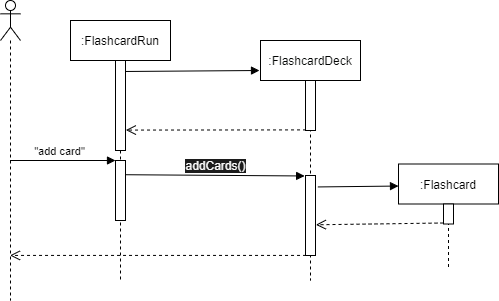
This is docs/Images/addCard_sequenceDiagram.png from nus-cs2113-AY2021S1/tp, a draw.io export, as it was before one commit. Source tidied: cells renumbered, new cells last; positions are measured from the earlier drawing's top-left corner, leaving out a move shared by most shapes.
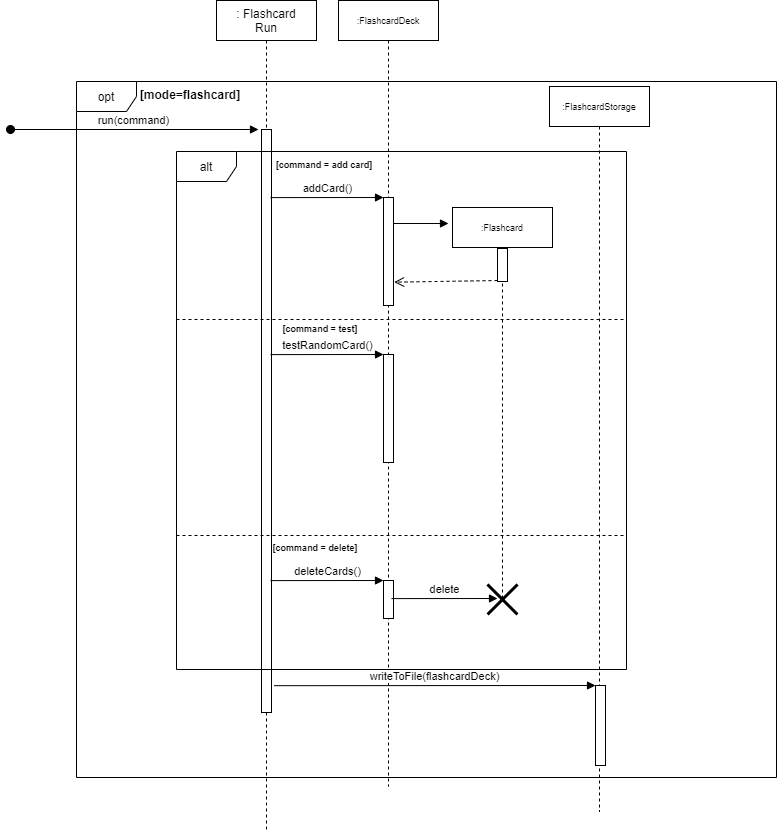
Above is the later version.

Change to the diagram source:
```diff
@@ -2,55 +2,98 @@
   <root>
     <mxCell id="0" />
     <mxCell id="1" parent="0" />
-    <mxCell id="2" value=":FlashcardRun" style="shape=umlLifeline;perimeter=lifelinePerimeter;whiteSpace=wrap;html=1;" parent="1" vertex="1">
-      <mxGeometry x="70" y="20" width="100" height="260" as="geometry" />
-    </mxCell>
-    <mxCell id="3" style="html=1;points=[];perimeter=orthogonalPerimeter;" parent="2" vertex="1">
-      <mxGeometry x="45" y="140" width="10" height="60" as="geometry" />
-    </mxCell>
-    <mxCell id="4" style="html=1;points=[];perimeter=orthogonalPerimeter;fontSize=1;fontColor=#FAFAFA;" parent="2" vertex="1">
-      <mxGeometry x="45" y="40" width="10" height="90" as="geometry" />
-    </mxCell>
-    <mxCell id="5" value="&quot;add card&quot;" style="html=1;verticalAlign=bottom;endArrow=block;entryX=0;entryY=0;" parent="1" edge="1" source="6" target="3">
-      <mxGeometry x="-0.08" relative="1" as="geometry" />
-    </mxCell>
-    <mxCell id="6" style="shape=umlLifeline;participant=umlActor;perimeter=lifelinePerimeter;whiteSpace=wrap;html=1;verticalAlign=top;spacingTop=36;outlineConnect=0;fontSize=1;fontColor=#FAFAFA;" parent="1" vertex="1">
-      <mxGeometry width="20" height="300" as="geometry" />
-    </mxCell>
+    <mxCell id="18" value="opt" style="shape=umlFrame;whiteSpace=wrap;html=1;" parent="1" vertex="1">
+      <mxGeometry x="10" y="170" width="700" height="696" as="geometry" />
+    </mxCell>
+    <mxCell id="19" value="[mode=flashcard]" style="text;align=center;fontStyle=1;verticalAlign=middle;spacingLeft=3;spacingRight=3;strokeColor=none;" parent="1" vertex="1">
+      <mxGeometry x="84" y="170" width="80" height="26" as="geometry" />
+    </mxCell>
+    <mxCell id="20" value=": Flashcard&lt;span style=&quot;color: rgba(0 , 0 , 0 , 0) ; font-family: monospace ; font-size: 0px ; background-color: rgb(248 , 249 , 250)&quot;&gt;%3CmxGraphModel%3E%3Croot%3E%3CmxCell%20id%3D%220%22%2F%3E%3CmxCell%20id%3D%221%22%20parent%3D%220%22%2F%3E%3CmxCell%20id%3D%222%22%20value%3D%22alt%22%20style%3D%22shape%3DumlFrame%3BwhiteSpace%3Dwrap%3Bhtml%3D1%3B%22%20vertex%3D%221%22%20parent%3D%221%22%3E%3CmxGeometry%20x%3D%22360%22%20y%3D%22280%22%20width%3D%22450%22%20height%3D%22716%22%20as%3D%22geometry%22%2F%3E%3C%2FmxCell%3E%3CmxCell%20id%3D%223%22%20value%3D%22%22%20style%3D%22line%3BstrokeWidth%3D1%3BfillColor%3Dnone%3Balign%3Dleft%3BverticalAlign%3Dmiddle%3BspacingTop%3D-1%3BspacingLeft%3D3%3BspacingRight%3D3%3Brotatable%3D0%3BlabelPosition%3Dright%3Bpoints%3D%5B%5D%3BportConstraint%3Deastwest%3Bdashed%3D1%3B%22%20vertex%3D%221%22%20parent%3D%221%22%3E%3CmxGeometry%20x%3D%22360%22%20y%3D%22499%22%20width%3D%22450%22%20height%3D%228%22%20as%3D%22geometry%22%2F%3E%3C%2FmxCell%3E%3CmxCell%20id%3D%224%22%20value%3D%22%22%20style%3D%22line%3BstrokeWidth%3D1%3BfillColor%3Dnone%3Balign%3Dleft%3BverticalAlign%3Dmiddle%3BspacingTop%3D-1%3BspacingLeft%3D3%3BspacingRight%3D3%3Brotatable%3D0%3BlabelPosition%3Dright%3Bpoints%3D%5B%5D%3BportConstraint%3Deastwest%3Bdashed%3D1%3B%22%20vertex%3D%221%22%20parent%3D%221%22%3E%3CmxGeometry%20x%3D%22360%22%20y%3D%22660%22%20width%3D%22450%22%20height%3D%228%22%20as%3D%22geometry%22%2F%3E%3C%2FmxCell%3E%3C%2Froot%3E%3C%2FmxGraphModel%3E&lt;/span&gt;&lt;br&gt;Run" style="shape=umlLifeline;perimeter=lifelinePerimeter;whiteSpace=wrap;html=1;" parent="1" vertex="1">
+      <mxGeometry x="150" y="89" width="100" height="831" as="geometry" />
+    </mxCell>
+    <mxCell id="21" style="html=1;points=[];perimeter=orthogonalPerimeter;" parent="20" vertex="1">
+      <mxGeometry x="45" y="129" width="10" height="583" as="geometry" />
+    </mxCell>
+    <mxCell id="22" value="run(command)" style="html=1;verticalAlign=bottom;startArrow=oval;endArrow=block;startSize=8;entryX=-0.3;entryY=0;entryDx=0;entryDy=0;entryPerimeter=0;" parent="20" edge="1" target="21">
+      <mxGeometry x="-0.01" relative="1" as="geometry">
+        <mxPoint x="-206" y="129" as="sourcePoint" />
+      </mxGeometry>
+    </mxCell>
+    <mxCell id="23" value="alt" style="shape=umlFrame;whiteSpace=wrap;html=1;" parent="1" vertex="1">
+      <mxGeometry x="110" y="240" width="450" height="518" as="geometry" />
+    </mxCell>
+    <mxCell id="24" style="line;strokeWidth=1;fillColor=none;align=left;verticalAlign=middle;spacingTop=-1;spacingLeft=3;spacingRight=3;labelPosition=right;dashed=1;" parent="1" vertex="1">
+      <mxGeometry x="110" y="404" width="450" height="8" as="geometry" />
+    </mxCell>
+    <mxCell id="25" style="line;strokeWidth=1;fillColor=none;align=left;verticalAlign=middle;spacingTop=-1;spacingLeft=3;spacingRight=3;labelPosition=right;dashed=1;" parent="1" vertex="1">
+      <mxGeometry x="110" y="620" width="450" height="8" as="geometry" />
+    </mxCell>
+    <mxCell id="26" value="[command = add card]" style="text;align=center;fontStyle=1;verticalAlign=middle;spacingLeft=3;spacingRight=3;strokeColor=none;fontSize=9;" parent="1" vertex="1">
+      <mxGeometry x="218" y="240" width="80" height="26" as="geometry" />
+    </mxCell>
+    <mxCell id="14" value=":Flashcard" style="shape=umlLifeline;perimeter=lifelinePerimeter;whiteSpace=wrap;html=1;outlineConnect=0;fontSize=9;" parent="1" vertex="1">
+      <mxGeometry x="386" y="296" width="100" height="391" as="geometry" />
+    </mxCell>
+    <mxCell id="27" style="html=1;points=[];perimeter=orthogonalPerimeter;" parent="14" vertex="1">
+      <mxGeometry x="45" y="41" width="10" height="33" as="geometry" />
+    </mxCell>
+    <mxCell id="28" style="shape=umlDestroy;whiteSpace=wrap;html=1;strokeWidth=3;" parent="14" vertex="1">
+      <mxGeometry x="35" y="377" width="30" height="30" as="geometry" />
+    </mxCell>
-    <mxCell id="7" value="&lt;font color=&quot;#030504&quot;&gt;:FlashcardDeck&lt;/font&gt;" style="shape=umlLifeline;perimeter=lifelinePerimeter;whiteSpace=wrap;html=1;fontSize=12;fontColor=#FAFAFA;" parent="1" vertex="1">
-      <mxGeometry x="260" y="40" width="100" height="240" as="geometry" />
+    <mxCell id="7" value=":FlashcardDeck" style="shape=umlLifeline;perimeter=lifelinePerimeter;whiteSpace=wrap;html=1;fontSize=9;" parent="1" vertex="1">
+      <mxGeometry x="272" y="89" width="100" height="786" as="geometry" />
     </mxCell>
-    <mxCell id="8" style="html=1;points=[];perimeter=orthogonalPerimeter;fontSize=12;fontColor=#FAFAFA;" parent="7" vertex="1">
-      <mxGeometry x="45" y="40" width="10" height="50" as="geometry" />
-    </mxCell>
-    <mxCell id="9" style="html=1;points=[];perimeter=orthogonalPerimeter;fontSize=12;fontColor=#FAFAFA;" parent="7" vertex="1">
-      <mxGeometry x="45" y="135" width="10" height="80" as="geometry" />
-    </mxCell>
-    <mxCell id="10" style="html=1;verticalAlign=bottom;endArrow=block;fontSize=12;fontColor=#FAFAFA;labelBackgroundColor=#1C1C1C;exitX=1;exitY=0.122;exitDx=0;exitDy=0;exitPerimeter=0;" parent="1" edge="1" source="4">
-      <mxGeometry relative="1" as="geometry">
-        <mxPoint x="259" y="70" as="targetPoint" />
-      </mxGeometry>
-    </mxCell>
-    <mxCell id="11" style="html=1;verticalAlign=bottom;endArrow=open;dashed=1;endSize=8;labelBackgroundColor=#1C1C1C;fontSize=12;fontColor=#FAFAFA;exitX=0.052;exitY=0.988;exitDx=0;exitDy=0;exitPerimeter=0;entryX=1.039;entryY=0.773;entryDx=0;entryDy=0;entryPerimeter=0;" parent="1" edge="1" source="8" target="4">
-      <mxGeometry relative="1" as="geometry" />
-    </mxCell>
-    <mxCell id="12" value="addCards()" style="html=1;verticalAlign=bottom;endArrow=block;labelBackgroundColor=#1C1C1C;fontSize=12;fontColor=#FAFAFA;entryX=-0.086;entryY=0.006;entryDx=0;entryDy=0;entryPerimeter=0;exitX=0.983;exitY=0.237;exitDx=0;exitDy=0;exitPerimeter=0;" parent="1" edge="1" source="3" target="9">
-      <mxGeometry relative="1" as="geometry" />
-    </mxCell>
-    <mxCell id="13" style="html=1;verticalAlign=bottom;endArrow=open;dashed=1;endSize=8;labelBackgroundColor=#1C1C1C;fontSize=12;fontColor=#FAFAFA;exitX=0.052;exitY=0.999;exitDx=0;exitDy=0;exitPerimeter=0;" parent="1" edge="1" source="9" target="6">
-      <mxGeometry x="-0.22" relative="1" as="geometry" />
-    </mxCell>
-    <mxCell id="14" value="&lt;font color=&quot;#000000&quot;&gt;:Flashcard&lt;/font&gt;" style="shape=umlLifeline;perimeter=lifelinePerimeter;whiteSpace=wrap;html=1;outlineConnect=0;fontSize=12;fontColor=#FAFAFA;" parent="1" vertex="1">
-      <mxGeometry x="398" y="163.5" width="100" height="103" as="geometry" />
-    </mxCell>
-    <mxCell id="15" style="html=1;points=[];perimeter=orthogonalPerimeter;fontSize=12;fontColor=#FAFAFA;" parent="14" vertex="1">
-      <mxGeometry x="45" y="40" width="10" height="20" as="geometry" />
-    </mxCell>
-    <mxCell id="16" style="html=1;verticalAlign=bottom;endArrow=block;labelBackgroundColor=#1C1C1C;fontSize=12;fontColor=#FAFAFA;exitX=1.24;exitY=0.143;exitDx=0;exitDy=0;exitPerimeter=0;entryX=0;entryY=0.214;entryDx=0;entryDy=0;entryPerimeter=0;" parent="1" edge="1" source="9" target="14">
-      <mxGeometry relative="1" as="geometry" />
-    </mxCell>
-    <mxCell id="17" style="html=1;verticalAlign=bottom;endArrow=open;dashed=1;endSize=8;exitX=0;exitY=0.95;labelBackgroundColor=#1C1C1C;fontSize=12;fontColor=#FAFAFA;entryX=1.039;entryY=0.616;entryDx=0;entryDy=0;entryPerimeter=0;" parent="1" edge="1" source="15" target="9">
-      <mxGeometry relative="1" as="geometry" />
-    </mxCell>
+    <mxCell id="29" style="html=1;points=[];perimeter=orthogonalPerimeter;" parent="7" vertex="1">
+      <mxGeometry x="45" y="197" width="10" height="108" as="geometry" />
+    </mxCell>
+    <mxCell id="30" style="html=1;points=[];perimeter=orthogonalPerimeter;" parent="7" vertex="1">
+      <mxGeometry x="45" y="354" width="10" height="108" as="geometry" />
+    </mxCell>
+    <mxCell id="31" value="testRandomCard()" style="html=1;verticalAlign=bottom;endArrow=block;entryX=0;entryY=0;exitX=0.209;exitY=0.089;exitDx=0;exitDy=0;exitPerimeter=0;" parent="7" edge="1" target="30">
+      <mxGeometry relative="1" as="geometry">
+        <mxPoint x="-68" y="354.1" as="sourcePoint" />
+      </mxGeometry>
+    </mxCell>
+    <mxCell id="32" style="html=1;points=[];perimeter=orthogonalPerimeter;" parent="7" vertex="1">
+      <mxGeometry x="45" y="580" width="10" height="38" as="geometry" />
+    </mxCell>
+    <mxCell id="33" value="deleteCards()" style="html=1;verticalAlign=bottom;endArrow=block;entryX=0;entryY=0;exitX=0.209;exitY=0.089;exitDx=0;exitDy=0;exitPerimeter=0;" parent="7" edge="1" target="32">
+      <mxGeometry relative="1" as="geometry">
+        <mxPoint x="-68" y="580.1" as="sourcePoint" />
+      </mxGeometry>
+    </mxCell>
+    <mxCell id="34" value="addCard()" style="html=1;verticalAlign=bottom;endArrow=block;entryX=0;entryY=0;exitX=0.209;exitY=0.089;exitDx=0;exitDy=0;exitPerimeter=0;" parent="1" edge="1" source="23" target="29">
+      <mxGeometry relative="1" as="geometry" />
+    </mxCell>
+    <mxCell id="35" style="html=1;verticalAlign=bottom;endArrow=block;" parent="1" edge="1">
+      <mxGeometry relative="1" as="geometry">
+        <mxPoint x="327" y="312" as="sourcePoint" />
+        <mxPoint x="382" y="312" as="targetPoint" />
+      </mxGeometry>
+    </mxCell>
+    <mxCell id="36" style="html=1;verticalAlign=bottom;endArrow=open;dashed=1;endSize=8;exitX=0;exitY=0.97;exitDx=0;exitDy=0;exitPerimeter=0;entryX=1.067;entryY=0.784;entryDx=0;entryDy=0;entryPerimeter=0;" parent="1" edge="1" source="27" target="29">
+      <mxGeometry relative="1" as="geometry" />
+    </mxCell>
+    <mxCell id="37" value=":FlashcardStorage" style="shape=umlLifeline;perimeter=lifelinePerimeter;whiteSpace=wrap;html=1;fontSize=9;" parent="1" vertex="1">
+      <mxGeometry x="483" y="175" width="100" height="725" as="geometry" />
+    </mxCell>
+    <mxCell id="38" style="html=1;points=[];perimeter=orthogonalPerimeter;" parent="37" vertex="1">
+      <mxGeometry x="46" y="599" width="10" height="80" as="geometry" />
+    </mxCell>
+    <mxCell id="39" value="writeToFile(flashcardDeck)" style="html=1;verticalAlign=bottom;endArrow=block;entryX=0;entryY=0;exitX=1.259;exitY=0.954;exitDx=0;exitDy=0;exitPerimeter=0;" parent="1" edge="1" source="21" target="38">
+      <mxGeometry relative="1" as="geometry" />
+    </mxCell>
+    <mxCell id="40" value="[command = test]" style="text;align=center;fontStyle=1;verticalAlign=middle;spacingLeft=3;spacingRight=3;strokeColor=none;fontSize=9;" parent="1" vertex="1">
+      <mxGeometry x="214" y="404" width="80" height="26" as="geometry" />
+    </mxCell>
+    <mxCell id="41" value="[command = delete]" style="text;align=center;fontStyle=1;verticalAlign=middle;spacingLeft=3;spacingRight=3;strokeColor=none;fontSize=9;" parent="1" vertex="1">
+      <mxGeometry x="209" y="623" width="80" height="26" as="geometry" />
+    </mxCell>
+    <mxCell id="42" value="delete" style="html=1;verticalAlign=bottom;endArrow=block;exitX=0.209;exitY=0.089;exitDx=0;exitDy=0;exitPerimeter=0;" parent="1" edge="1">
+      <mxGeometry relative="1" as="geometry">
+        <mxPoint x="325" y="687.1" as="sourcePoint" />
+        <mxPoint x="431" y="687" as="targetPoint" />
+      </mxGeometry>
+    </mxCell>
   </root>
 </mxGraphModel>
```
